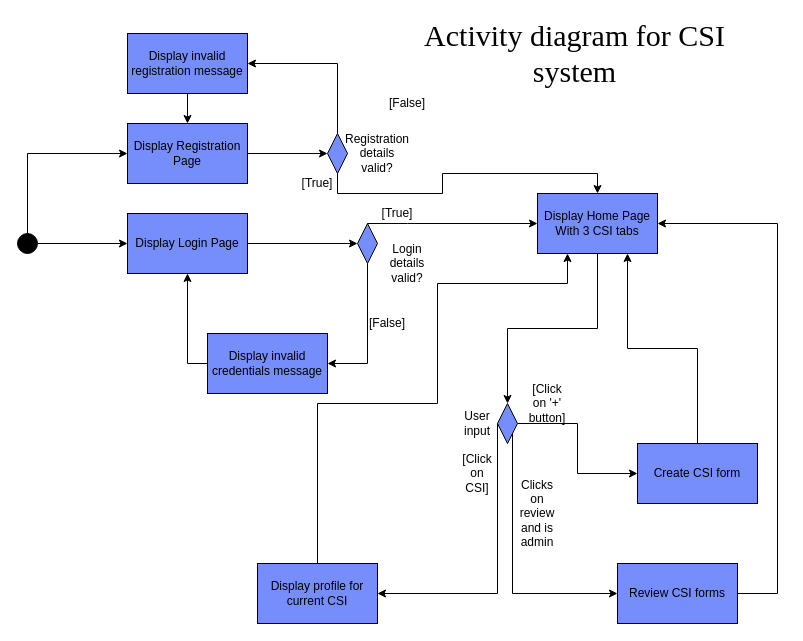
Before: Diagrams/Activity Diagram.drawio in Makizoro/Overclock, a draw.io diagram. Source tidied: cells renumbered, new cells numbered last; positions are measured from the earlier drawing's top-left corner, leaving out a move shared by most shapes. Both pictures are drawn from the tidied source at 100%, with x=0, y=0 at pixel (17, 33).
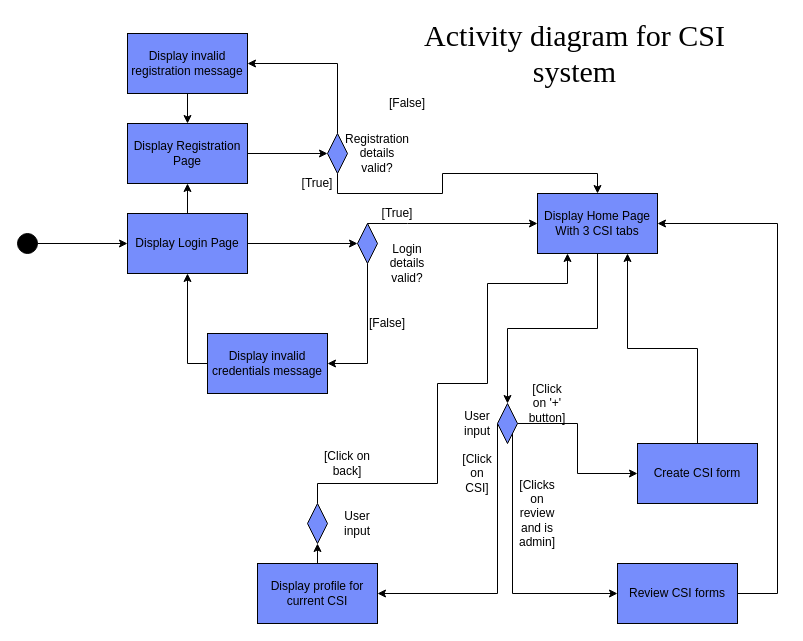
After the change.

Unchanged cells that the change refers to:
```xml
<mxCell id="3" style="ellipse;whiteSpace=wrap;html=1;fillColor=#000000;" parent="1" vertex="1">
  <mxGeometry y="200" width="20" height="20" as="geometry" />
</mxCell>
<mxCell id="5" value="Display Login Page" style="rounded=0;whiteSpace=wrap;html=1;fillColor=#768DFC;strokeColor=#000000;" parent="1" vertex="1">
  <mxGeometry x="110" y="180" width="120" height="60" as="geometry" />
</mxCell>
<mxCell id="15" value="Display Home Page&lt;br&gt;With 3 CSI tabs" style="rounded=0;whiteSpace=wrap;html=1;fillColor=#768DFC;strokeColor=#000000;" parent="1" vertex="1">
  <mxGeometry x="520" y="160" width="120" height="60" as="geometry" />
</mxCell>
<mxCell id="23" value="Display profile for current CSI" style="rounded=0;whiteSpace=wrap;html=1;fillColor=#768DFC;strokeColor=#000000;" parent="1" vertex="1">
  <mxGeometry x="240" y="530" width="120" height="60" as="geometry" />
</mxCell>
<mxCell id="25" value="Display Registration Page" style="rounded=0;whiteSpace=wrap;html=1;fillColor=#768DFC;strokeColor=#000000;" parent="1" vertex="1">
  <mxGeometry x="110" y="90" width="120" height="60" as="geometry" />
</mxCell>
```

The edit, as a diff of the source:
```diff
@@
-    <mxCell id="2" style="edgeStyle=orthogonalEdgeStyle;rounded=0;jettySize=auto;html=1;exitX=0.5;exitY=0;exitDx=0;exitDy=0;entryX=0;entryY=0.5;entryDx=0;entryDy=0;fontFamily=Times New Roman;fontSize=30;" parent="1" edge="1" source="3" target="25">
-      <mxGeometry relative="1" as="geometry" />
-    </mxCell>
@@
+    <mxCell id="42" style="edgeStyle=orthogonalEdgeStyle;rounded=0;jettySize=auto;html=1;exitX=0.5;exitY=0;exitDx=0;exitDy=0;entryX=0.5;entryY=1;entryDx=0;entryDy=0;" parent="1" edge="1" source="5" target="25">
+      <mxGeometry relative="1" as="geometry" />
+    </mxCell>
@@
-    <mxCell id="22" style="edgeStyle=orthogonalEdgeStyle;rounded=0;jettySize=auto;html=1;exitX=0.5;exitY=0;exitDx=0;exitDy=0;entryX=0.25;entryY=1;entryDx=0;entryDy=0;fontFamily=Times New Roman;fontSize=30;" parent="1" edge="1" source="23" target="15">
+    <mxCell id="22" style="edgeStyle=orthogonalEdgeStyle;rounded=0;jettySize=auto;html=1;entryX=0.25;entryY=1;entryDx=0;entryDy=0;fontFamily=Times New Roman;fontSize=30;exitX=0.5;exitY=0;exitDx=0;exitDy=0;" parent="1" edge="1" source="44" target="15">
       <mxGeometry relative="1" as="geometry">
         <Array as="points">
-          <mxPoint x="300" y="370" />
-          <mxPoint x="420" y="370" />
-          <mxPoint x="420" y="250" />
+          <mxPoint x="300" y="450" />
+          <mxPoint x="420" y="450" />
+          <mxPoint x="420" y="350" />
+          <mxPoint x="470" y="350" />
+          <mxPoint x="470" y="250" />
           <mxPoint x="550" y="250" />
         </Array>
       </mxGeometry>
     </mxCell>
+    <mxCell id="43" style="edgeStyle=orthogonalEdgeStyle;rounded=0;jettySize=auto;html=1;exitX=0.5;exitY=0;exitDx=0;exitDy=0;entryX=0.5;entryY=1;entryDx=0;entryDy=0;" parent="1" edge="1" source="23" target="44">
+      <mxGeometry relative="1" as="geometry" />
+    </mxCell>
@@
-    <mxCell id="40" value="Clicks on review and is admin" style="text;html=1;strokeColor=none;fillColor=none;align=center;verticalAlign=middle;whiteSpace=wrap;rounded=0;" parent="1" vertex="1">
+    <mxCell id="40" value="[Clicks on review and is admin]" style="text;html=1;strokeColor=none;fillColor=none;align=center;verticalAlign=middle;whiteSpace=wrap;rounded=0;" parent="1" vertex="1">
       <mxGeometry x="500" y="470" width="40" height="20" as="geometry" />
     </mxCell>
@@
+    <mxCell id="44" style="rhombus;whiteSpace=wrap;html=1;fillColor=#768DFC;strokeColor=#000000;" parent="1" vertex="1">
+      <mxGeometry x="290" y="470" width="20" height="40" as="geometry" />
+    </mxCell>
+    <mxCell id="45" value="User input" style="text;html=1;strokeColor=none;fillColor=none;align=center;verticalAlign=middle;whiteSpace=wrap;rounded=0;" parent="1" vertex="1">
+      <mxGeometry x="320" y="480" width="40" height="20" as="geometry" />
+    </mxCell>
+    <mxCell id="46" value="[Click on back]" style="text;html=1;strokeColor=none;fillColor=none;align=center;verticalAlign=middle;whiteSpace=wrap;rounded=0;" parent="1" vertex="1">
+      <mxGeometry x="300" y="420" width="60" height="20" as="geometry" />
+    </mxCell>
```
